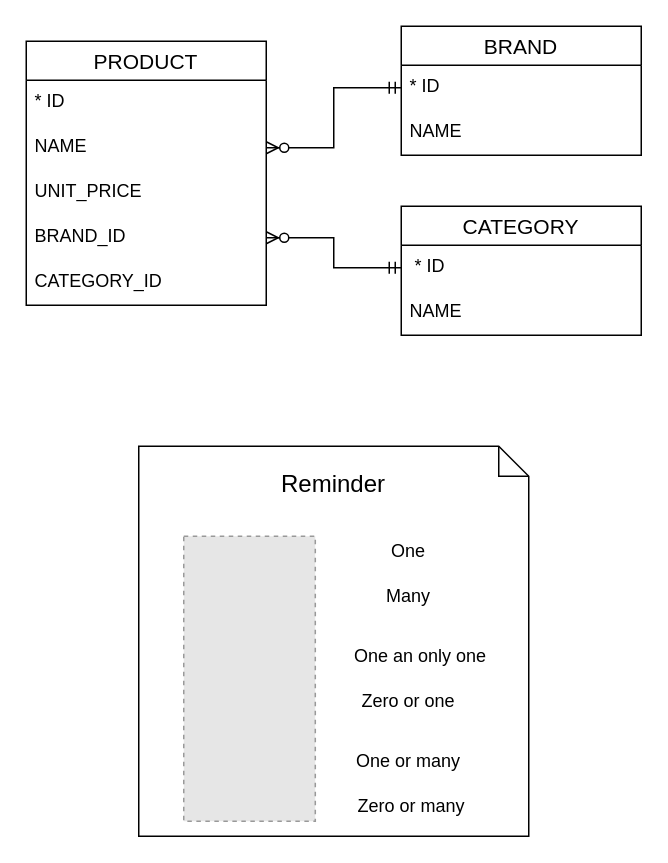
Above: page "Inventory ER" (2 of 2) of app_diagram.drawio in florian-serraille/e-commerce (draw.io), before the change. Source tidied: cells renumbered, new cells numbered last; positions are measured from the earlier drawing's top-left corner, leaving out a move shared by most shapes. Both pictures are drawn from the tidied source at 150%, with x=0, y=0 at pixel (26, 26). Pictures stored in the file or linked from it are replaced by grey dashed boxes.
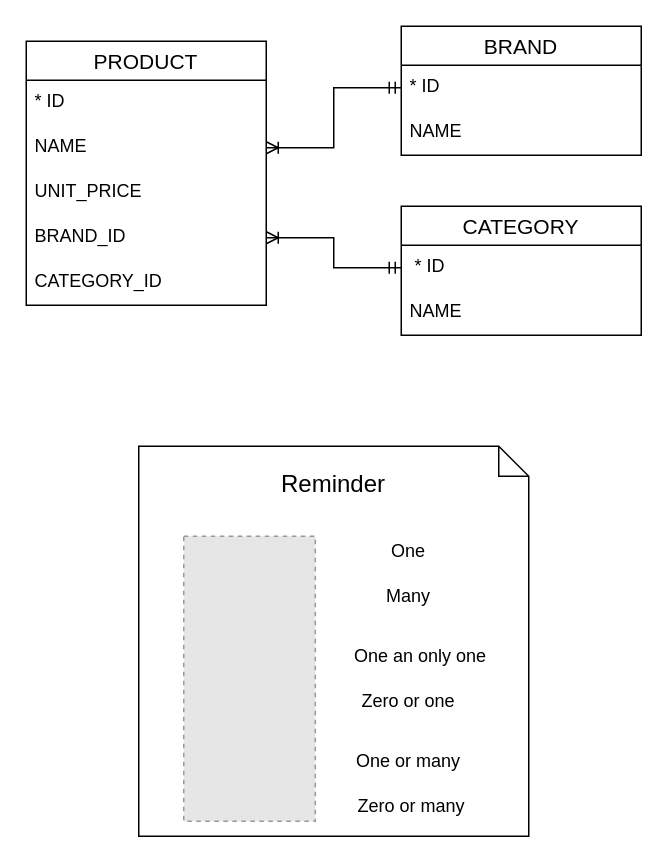
Above is the later version.

Unchanged cells that the change refers to:
```xml
<mxCell id="4" value="NAME" style="text;strokeColor=none;fillColor=none;spacingLeft=4;spacingRight=4;overflow=hidden;points=[[0,0.5],[1,0.5]];portConstraint=eastwest;fontSize=12;" parent="2" vertex="1">
  <mxGeometry y="56" width="160" height="30" as="geometry" />
</mxCell>
<mxCell id="6" value="BRAND_ID" style="text;strokeColor=none;fillColor=none;spacingLeft=4;spacingRight=4;overflow=hidden;points=[[0,0.5],[1,0.5]];portConstraint=eastwest;fontSize=12;" parent="2" vertex="1">
  <mxGeometry y="116" width="160" height="30" as="geometry" />
</mxCell>
<mxCell id="9" value="* ID" style="text;strokeColor=none;fillColor=none;spacingLeft=4;spacingRight=4;overflow=hidden;points=[[0,0.5],[1,0.5]];portConstraint=eastwest;fontSize=12;" parent="8" vertex="1">
  <mxGeometry y="26" width="160" height="30" as="geometry" />
</mxCell>
<mxCell id="12" value=" * ID" style="text;strokeColor=none;fillColor=none;spacingLeft=4;spacingRight=4;overflow=hidden;points=[[0,0.5],[1,0.5]];portConstraint=eastwest;fontSize=12;" parent="11" vertex="1">
  <mxGeometry y="26" width="160" height="30" as="geometry" />
</mxCell>
```

The edit, as a diff of the source:
```diff
@@
-    <mxCell id="14" style="edgeStyle=orthogonalEdgeStyle;rounded=0;jettySize=auto;html=1;startArrow=ERzeroToMany;startFill=1;endArrow=ERmandOne;endFill=0;" parent="1" edge="1" source="6" target="12">
+    <mxCell id="14" style="edgeStyle=orthogonalEdgeStyle;rounded=0;jettySize=auto;html=1;startArrow=ERoneToMany;startFill=0;endArrow=ERmandOne;endFill=0;" parent="1" edge="1" source="6" target="12">
       <mxGeometry relative="1" as="geometry" />
     </mxCell>
-    <mxCell id="15" style="edgeStyle=orthogonalEdgeStyle;rounded=0;jettySize=auto;html=1;entryX=0;entryY=0.5;entryDx=0;entryDy=0;startArrow=ERzeroToMany;startFill=1;endArrow=ERmandOne;endFill=0;" parent="1" edge="1" source="4" target="9">
+    <mxCell id="15" style="edgeStyle=orthogonalEdgeStyle;rounded=0;jettySize=auto;html=1;entryX=0;entryY=0.5;entryDx=0;entryDy=0;startArrow=ERoneToMany;startFill=0;endArrow=ERmandOne;endFill=0;" parent="1" edge="1" source="4" target="9">
       <mxGeometry relative="1" as="geometry" />
     </mxCell>
```
